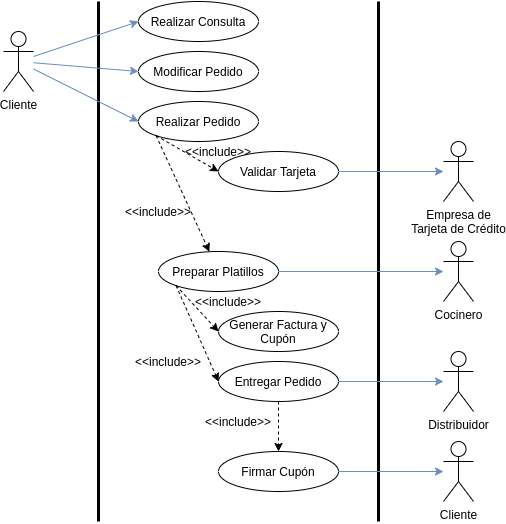
Before: TP1/diagramas/casos de uso/diag.png, a diagram exported from draw.io (mauro7x/aninfo). Source tidied: cells renumbered, new cells last; positions are measured from the earlier drawing's top-left corner, leaving out a move shared by most shapes.
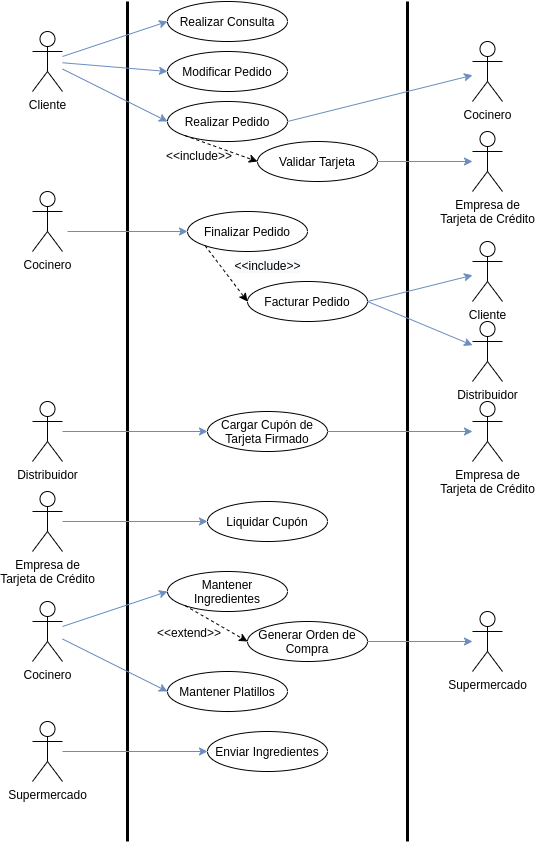
After the commit.

The edit, as a diff of the source:
```diff
@@ -4,13 +4,13 @@
     <mxCell id="1" parent="0" />
     <mxCell id="2" style="endArrow=none;html=1;strokeWidth=3;" parent="1" edge="1">
       <mxGeometry relative="1" as="geometry">
-        <mxPoint x="95" y="520" as="sourcePoint" />
+        <mxPoint x="95" y="840" as="sourcePoint" />
         <mxPoint x="95" as="targetPoint" />
       </mxGeometry>
     </mxCell>
     <mxCell id="3" style="endArrow=none;html=1;strokeWidth=3;" parent="1" edge="1">
       <mxGeometry relative="1" as="geometry">
-        <mxPoint x="375" y="520" as="sourcePoint" />
+        <mxPoint x="375" y="840" as="sourcePoint" />
         <mxPoint x="375" as="targetPoint" />
       </mxGeometry>
     </mxCell>
@@ -35,74 +35,123 @@
     <mxCell id="10" style="endArrow=classic;html=1;strokeWidth=1;fontSize=14;fillColor=#dae8fc;strokeColor=#6c8ebf;entryX=0;entryY=0.5;entryDx=0;entryDy=0;" parent="1" edge="1" source="4" target="9">
       <mxGeometry relative="1" as="geometry" />
     </mxCell>
-    <mxCell id="11" value="Preparar Platillos" style="ellipse;whiteSpace=wrap;html=1;strokeWidth=1;fontSize=12;" parent="1" vertex="1">
-      <mxGeometry x="155" y="250" width="120" height="40" as="geometry" />
+    <mxCell id="11" value="Finalizar Pedido" style="ellipse;whiteSpace=wrap;html=1;strokeWidth=1;fontSize=12;" parent="1" vertex="1">
+      <mxGeometry x="155" y="210" width="120" height="40" as="geometry" />
     </mxCell>
-    <mxCell id="12" value="Entregar Pedido" style="ellipse;whiteSpace=wrap;html=1;strokeWidth=1;fontSize=12;" parent="1" vertex="1">
-      <mxGeometry x="215" y="360" width="120" height="40" as="geometry" />
+    <mxCell id="12" value="Facturar Pedido" style="ellipse;whiteSpace=wrap;html=1;strokeWidth=1;fontSize=12;" parent="1" vertex="1">
+      <mxGeometry x="215" y="280" width="120" height="40" as="geometry" />
     </mxCell>
     <mxCell id="13" value="Cocinero" style="shape=umlActor;verticalLabelPosition=bottom;verticalAlign=top;html=1;outlineConnect=0;" parent="1" vertex="1">
-      <mxGeometry x="440" y="240" width="30" height="60" as="geometry" />
+      <mxGeometry x="440" y="40" width="30" height="60" as="geometry" />
     </mxCell>
     <mxCell id="14" value="Validar Tarjeta" style="ellipse;whiteSpace=wrap;html=1;strokeWidth=1;fontSize=12;" parent="1" vertex="1">
-      <mxGeometry x="215" y="150" width="120" height="40" as="geometry" />
+      <mxGeometry x="225" y="140" width="120" height="40" as="geometry" />
     </mxCell>
     <mxCell id="15" value="Empresa de&lt;br&gt;Tarjeta de Crédito" style="shape=umlActor;verticalLabelPosition=bottom;verticalAlign=top;html=1;outlineConnect=0;" parent="1" vertex="1">
-      <mxGeometry x="440" y="140" width="30" height="60" as="geometry" />
+      <mxGeometry x="440" y="130" width="30" height="60" as="geometry" />
     </mxCell>
-    <mxCell id="16" style="endArrow=classic;html=1;exitX=0;exitY=1;exitDx=0;exitDy=0;dashed=1;" parent="1" edge="1" source="7" target="11">
-      <mxGeometry relative="1" as="geometry" />
-    </mxCell>
     <mxCell id="17" style="endArrow=classic;html=1;exitX=0;exitY=1;exitDx=0;exitDy=0;entryX=0;entryY=0.5;entryDx=0;entryDy=0;dashed=1;" parent="1" edge="1" source="7" target="14">
       <mxGeometry relative="1" as="geometry" />
     </mxCell>
-    <mxCell id="18" value="&amp;lt;&amp;lt;include&amp;gt;&amp;gt;" style="text;html=1;strokeColor=none;fillColor=none;align=center;verticalAlign=middle;whiteSpace=wrap;rounded=0;" parent="1" vertex="1">
-      <mxGeometry x="135" y="200" width="40" height="20" as="geometry" />
-    </mxCell>
     <mxCell id="19" value="&amp;lt;&amp;lt;include&amp;gt;&amp;gt;" style="text;html=1;strokeColor=none;fillColor=none;align=center;verticalAlign=middle;whiteSpace=wrap;rounded=0;" parent="1" vertex="1">
-      <mxGeometry x="195" y="140" width="40" height="20" as="geometry" />
+      <mxGeometry x="147" y="144" width="40" height="20" as="geometry" />
     </mxCell>
     <mxCell id="20" style="endArrow=classic;html=1;strokeWidth=1;fontSize=14;fillColor=#dae8fc;strokeColor=#6c8ebf;" parent="1" edge="1" source="14" target="15">
       <mxGeometry relative="1" as="geometry" />
     </mxCell>
-    <mxCell id="21" style="endArrow=classic;html=1;strokeWidth=1;fontSize=14;fillColor=#dae8fc;strokeColor=#6c8ebf;exitX=1;exitY=0.5;exitDx=0;exitDy=0;" parent="1" edge="1" source="11" target="13">
+    <mxCell id="21" style="endArrow=classic;html=1;strokeWidth=1;fontSize=14;fillColor=#dae8fc;strokeColor=#6c8ebf;exitX=1;exitY=0.5;exitDx=0;exitDy=0;" parent="1" edge="1" source="7" target="13">
       <mxGeometry relative="1" as="geometry" />
     </mxCell>
-    <mxCell id="22" style="endArrow=classic;html=1;dashed=1;exitX=0;exitY=1;exitDx=0;exitDy=0;entryX=0;entryY=0.5;entryDx=0;entryDy=0;" parent="1" edge="1" source="11" target="26">
-      <mxGeometry relative="1" as="geometry" />
-    </mxCell>
-    <mxCell id="23" value="&amp;lt;&amp;lt;include&amp;gt;&amp;gt;" style="text;html=1;strokeColor=none;fillColor=none;align=center;verticalAlign=middle;whiteSpace=wrap;rounded=0;" parent="1" vertex="1">
-      <mxGeometry x="205" y="290" width="40" height="20" as="geometry" />
-    </mxCell>
     <mxCell id="24" value="Distribuidor" style="shape=umlActor;verticalLabelPosition=bottom;verticalAlign=top;html=1;outlineConnect=0;" parent="1" vertex="1">
-      <mxGeometry x="440" y="350" width="30" height="60" as="geometry" />
+      <mxGeometry x="440" y="320" width="30" height="60" as="geometry" />
     </mxCell>
     <mxCell id="25" style="endArrow=classic;html=1;strokeWidth=1;fontSize=14;fillColor=#dae8fc;strokeColor=#6c8ebf;exitX=1;exitY=0.5;exitDx=0;exitDy=0;" parent="1" edge="1" source="12" target="24">
       <mxGeometry relative="1" as="geometry" />
     </mxCell>
-    <mxCell id="26" value="Generar Factura y Cupón" style="ellipse;whiteSpace=wrap;html=1;strokeWidth=1;fontSize=12;" parent="1" vertex="1">
-      <mxGeometry x="215" y="310" width="120" height="40" as="geometry" />
-    </mxCell>
-    <mxCell id="27" value="&amp;lt;&amp;lt;include&amp;gt;&amp;gt;" style="text;html=1;strokeColor=none;fillColor=none;align=center;verticalAlign=middle;whiteSpace=wrap;rounded=0;" parent="1" vertex="1">
-      <mxGeometry x="145" y="350" width="40" height="20" as="geometry" />
-    </mxCell>
     <mxCell id="28" style="endArrow=classic;html=1;dashed=1;entryX=0;entryY=0.5;entryDx=0;entryDy=0;exitX=0;exitY=1;exitDx=0;exitDy=0;" parent="1" edge="1" source="11" target="12">
       <mxGeometry relative="1" as="geometry" />
     </mxCell>
-    <mxCell id="29" value="Firmar Cupón" style="ellipse;whiteSpace=wrap;html=1;strokeWidth=1;fontSize=12;" parent="1" vertex="1">
-      <mxGeometry x="215" y="450" width="120" height="40" as="geometry" />
-    </mxCell>
+    <mxCell id="34" value="&lt;span style=&quot;font-size: 12px ; background-color: rgb(248 , 249 , 250)&quot;&gt;&amp;lt;&amp;lt;include&amp;gt;&amp;gt;&lt;/span&gt;" style="edgeLabel;html=1;align=center;verticalAlign=middle;" parent="28" vertex="1">
+      <mxGeometry x="0.31" relative="1" as="geometry">
+        <mxPoint x="34.8" y="-17" as="offset" />
+      </mxGeometry>
+    </mxCell>
+    <mxCell id="35" value="Supermercado" style="shape=umlActor;verticalLabelPosition=bottom;verticalAlign=top;html=1;outlineConnect=0;" parent="1" vertex="1">
+      <mxGeometry x="440" y="610" width="30" height="60" as="geometry" />
+    </mxCell>
+    <mxCell id="36" value="Cocinero" style="shape=umlActor;verticalLabelPosition=bottom;verticalAlign=top;html=1;outlineConnect=0;" parent="1" vertex="1">
+      <mxGeometry y="600" width="30" height="60" as="geometry" />
+    </mxCell>
+    <mxCell id="37" value="Mantener Platillos" style="ellipse;whiteSpace=wrap;html=1;strokeWidth=1;fontSize=12;" parent="1" vertex="1">
+      <mxGeometry x="135" y="670" width="120" height="40" as="geometry" />
+    </mxCell>
+    <mxCell id="38" style="endArrow=classic;html=1;strokeWidth=1;fontSize=14;fillColor=#dae8fc;strokeColor=#6c8ebf;entryX=0;entryY=0.5;entryDx=0;entryDy=0;" parent="1" edge="1" source="36" target="37">
+      <mxGeometry relative="1" as="geometry" />
+    </mxCell>
+    <mxCell id="39" value="Mantener Ingredientes" style="ellipse;whiteSpace=wrap;html=1;strokeWidth=1;fontSize=12;" parent="1" vertex="1">
+      <mxGeometry x="135" y="570" width="120" height="40" as="geometry" />
+    </mxCell>
+    <mxCell id="40" style="endArrow=classic;html=1;strokeWidth=1;fontSize=14;fillColor=#dae8fc;strokeColor=#6c8ebf;entryX=0;entryY=0.5;entryDx=0;entryDy=0;" parent="1" edge="1" source="36" target="39">
+      <mxGeometry relative="1" as="geometry" />
+    </mxCell>
+    <mxCell id="41" value="Generar Orden de Compra" style="ellipse;whiteSpace=wrap;html=1;strokeWidth=1;fontSize=12;" parent="1" vertex="1">
+      <mxGeometry x="215" y="620" width="120" height="40" as="geometry" />
+    </mxCell>
+    <mxCell id="42" style="endArrow=classic;html=1;strokeWidth=1;fontSize=14;fillColor=#dae8fc;strokeColor=#6c8ebf;exitX=1;exitY=0.5;exitDx=0;exitDy=0;" parent="1" edge="1" source="41" target="35">
+      <mxGeometry relative="1" as="geometry" />
+    </mxCell>
+    <mxCell id="43" value="Distribuidor" style="shape=umlActor;verticalLabelPosition=bottom;verticalAlign=top;html=1;outlineConnect=0;" parent="1" vertex="1">
+      <mxGeometry y="400" width="30" height="60" as="geometry" />
+    </mxCell>
+    <mxCell id="44" value="Cargar Cupón de Tarjeta Firmado" style="ellipse;whiteSpace=wrap;html=1;strokeWidth=1;fontSize=12;" parent="1" vertex="1">
+      <mxGeometry x="175" y="410" width="120" height="40" as="geometry" />
+    </mxCell>
+    <mxCell id="45" style="endArrow=classic;html=1;strokeWidth=1;fontSize=14;fillColor=#dae8fc;strokeColor=#6c8ebf;entryX=0;entryY=0.5;entryDx=0;entryDy=0;" parent="1" edge="1" source="43" target="44">
+      <mxGeometry relative="1" as="geometry" />
+    </mxCell>
+    <mxCell id="46" value="Empresa de&lt;br&gt;Tarjeta de Crédito" style="shape=umlActor;verticalLabelPosition=bottom;verticalAlign=top;html=1;outlineConnect=0;" parent="1" vertex="1">
+      <mxGeometry x="440" y="400" width="30" height="60" as="geometry" />
+    </mxCell>
+    <mxCell id="47" value="Liquidar Cupón" style="ellipse;whiteSpace=wrap;html=1;strokeWidth=1;fontSize=12;" parent="1" vertex="1">
+      <mxGeometry x="175" y="500" width="120" height="40" as="geometry" />
+    </mxCell>
+    <mxCell id="48" style="endArrow=classic;html=1;strokeWidth=1;fontSize=14;fillColor=#dae8fc;strokeColor=#6c8ebf;" parent="1" edge="1" source="44" target="46">
+      <mxGeometry relative="1" as="geometry" />
+    </mxCell>
+    <mxCell id="49" value="Empresa de&lt;br&gt;Tarjeta de Crédito" style="shape=umlActor;verticalLabelPosition=bottom;verticalAlign=top;html=1;outlineConnect=0;" parent="1" vertex="1">
+      <mxGeometry y="490" width="30" height="60" as="geometry" />
+    </mxCell>
+    <mxCell id="50" style="endArrow=classic;html=1;strokeWidth=1;fontSize=14;fillColor=#dae8fc;strokeColor=#6c8ebf;entryX=0;entryY=0.5;entryDx=0;entryDy=0;" parent="1" edge="1" source="49" target="47">
+      <mxGeometry relative="1" as="geometry" />
+    </mxCell>
+    <mxCell id="51" style="endArrow=classic;html=1;entryX=0;entryY=0.5;entryDx=0;entryDy=0;dashed=1;exitX=0;exitY=1;exitDx=0;exitDy=0;" parent="1" edge="1" source="39" target="41">
+      <mxGeometry relative="1" as="geometry" />
+    </mxCell>
+    <mxCell id="52" value="&amp;lt;&amp;lt;extend&amp;gt;&amp;gt;" style="text;html=1;strokeColor=none;fillColor=none;align=center;verticalAlign=middle;whiteSpace=wrap;rounded=0;" parent="1" vertex="1">
+      <mxGeometry x="137" y="621" width="40" height="20" as="geometry" />
+    </mxCell>
+    <mxCell id="53" value="Supermercado" style="shape=umlActor;verticalLabelPosition=bottom;verticalAlign=top;html=1;outlineConnect=0;" parent="1" vertex="1">
+      <mxGeometry y="720" width="30" height="60" as="geometry" />
+    </mxCell>
+    <mxCell id="54" value="Enviar Ingredientes" style="ellipse;whiteSpace=wrap;html=1;strokeWidth=1;fontSize=12;" parent="1" vertex="1">
+      <mxGeometry x="175" y="730" width="120" height="40" as="geometry" />
+    </mxCell>
+    <mxCell id="55" style="endArrow=classic;html=1;strokeWidth=1;fontSize=14;fillColor=#dae8fc;strokeColor=#6c8ebf;entryX=0;entryY=0.5;entryDx=0;entryDy=0;" parent="1" edge="1" source="53" target="54">
+      <mxGeometry relative="1" as="geometry" />
+    </mxCell>
+    <mxCell id="56" value="Cocinero" style="shape=umlActor;verticalLabelPosition=bottom;verticalAlign=top;html=1;" parent="1" vertex="1">
+      <mxGeometry y="190" width="30" height="60" as="geometry" />
+    </mxCell>
+    <mxCell id="57" style="endArrow=classic;html=1;strokeWidth=1;fontSize=14;fillColor=#dae8fc;strokeColor=#6c8ebf;entryX=0;entryY=0.5;entryDx=0;entryDy=0;" parent="1" edge="1" target="11">
+      <mxGeometry relative="1" as="geometry">
+        <mxPoint x="35" y="230" as="sourcePoint" />
+      </mxGeometry>
+    </mxCell>
     <mxCell id="30" value="Cliente" style="shape=umlActor;verticalLabelPosition=bottom;verticalAlign=top;html=1;outlineConnect=0;" parent="1" vertex="1">
-      <mxGeometry x="440" y="440" width="30" height="60" as="geometry" />
+      <mxGeometry x="440" y="240" width="30" height="60" as="geometry" />
     </mxCell>
-    <mxCell id="31" style="endArrow=classic;html=1;dashed=1;" parent="1" edge="1" source="12" target="29">
-      <mxGeometry relative="1" as="geometry" />
-    </mxCell>
-    <mxCell id="32" value="&amp;lt;&amp;lt;include&amp;gt;&amp;gt;" style="text;html=1;strokeColor=none;fillColor=none;align=center;verticalAlign=middle;whiteSpace=wrap;rounded=0;" parent="1" vertex="1">
-      <mxGeometry x="215" y="410" width="40" height="20" as="geometry" />
-    </mxCell>
-    <mxCell id="33" style="endArrow=classic;html=1;strokeWidth=1;fontSize=14;fillColor=#dae8fc;strokeColor=#6c8ebf;exitX=1;exitY=0.5;exitDx=0;exitDy=0;" parent="1" edge="1" source="29" target="30">
-      <mxGeometry relative="1" as="geometry" />
-    </mxCell>
+    <mxCell id="58" style="endArrow=classic;html=1;strokeWidth=1;fontSize=14;fillColor=#dae8fc;strokeColor=#6c8ebf;exitX=1;exitY=0.5;exitDx=0;exitDy=0;" parent="1" edge="1" source="12" target="30">
+      <mxGeometry relative="1" as="geometry" />
+    </mxCell>
   </root>
 </mxGraphModel>
```
